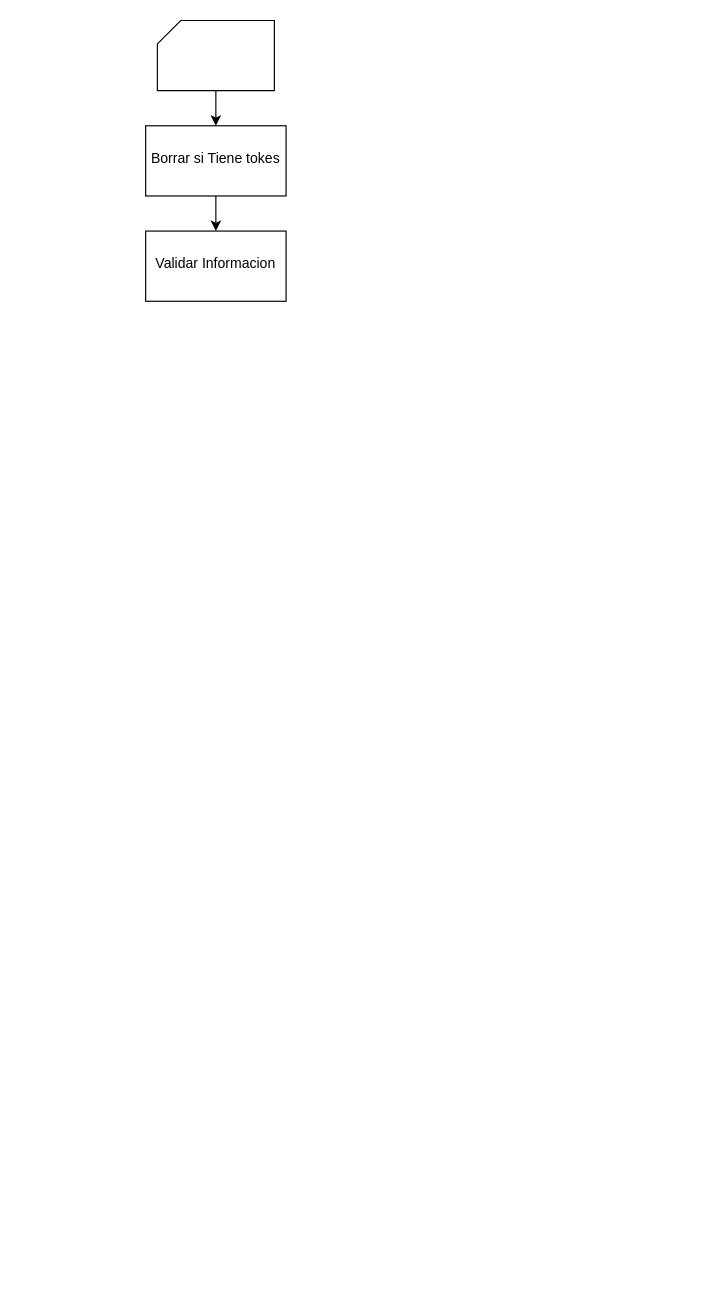
Earlier version of the draw.io diagram Procesos/Pagina Login.drawio (IsmaelEufragio/App_Circular). Source tidied: cells renumbered, new cells numbered last; positions are measured from the earlier drawing's top-left corner, leaving out a move shared by most shapes. Both pictures are drawn from the tidied source at 117%, with x=0, y=0 at pixel (145, 20).
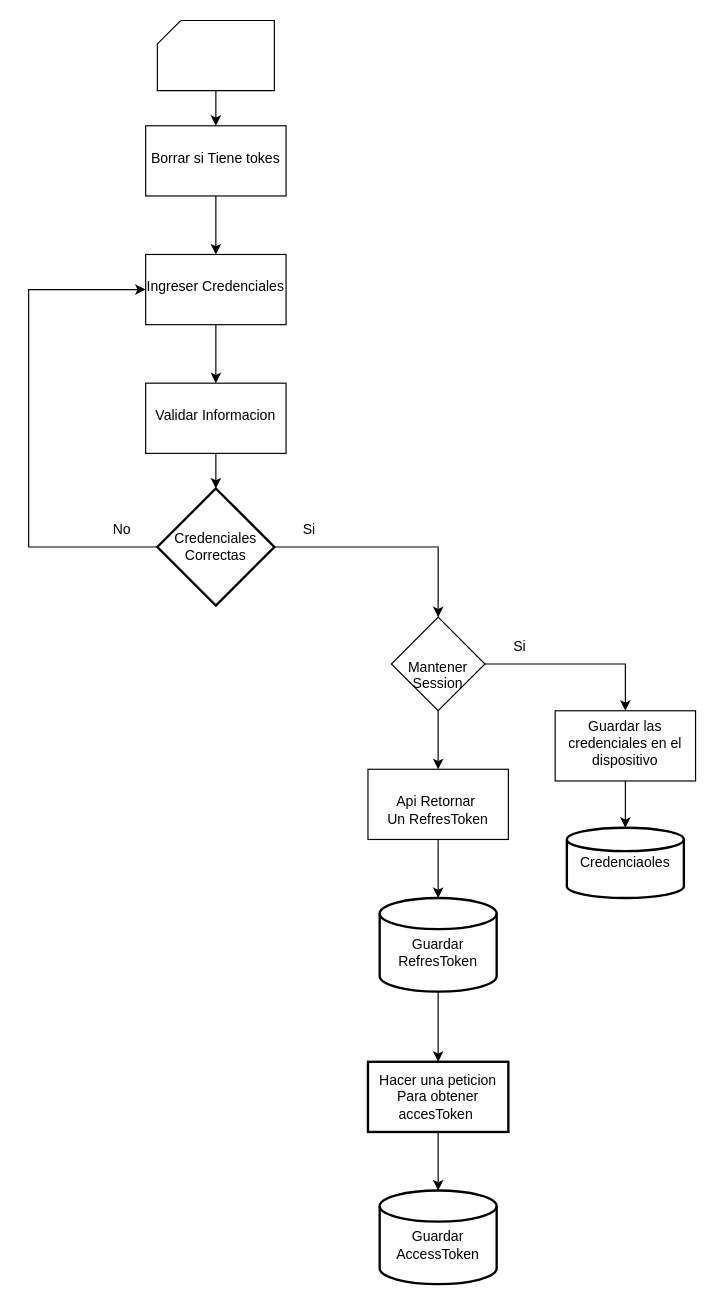
Above is the later version.

Unchanged cells that the change refers to:
```xml
<mxCell id="5" value="&lt;div&gt;&lt;br&gt;&lt;/div&gt;&lt;div&gt;Borrar si Tiene tokes&lt;/div&gt;" style="whiteSpace=wrap;html=1;verticalAlign=top;arcSize=12;" parent="1" vertex="1">
  <mxGeometry y="90" width="120" height="60" as="geometry" />
</mxCell>
```

Diff of the diagram source:
```diff
@@
-    <mxCell id="4" style="edgeStyle=orthogonalEdgeStyle;rounded=0;jettySize=auto;html=1;" parent="1" edge="1" source="5" target="6">
-      <mxGeometry relative="1" as="geometry" />
-    </mxCell>
+    <mxCell id="7" style="edgeStyle=orthogonalEdgeStyle;rounded=0;jettySize=auto;html=1;" parent="1" edge="1" source="5" target="20">
+      <mxGeometry relative="1" as="geometry" />
+    </mxCell>
@@
     <mxCell id="6" value="&lt;div&gt;&lt;br&gt;&lt;/div&gt;&lt;div&gt;Validar Informacion&lt;/div&gt;" style="whiteSpace=wrap;html=1;verticalAlign=top;arcSize=12;" parent="1" vertex="1">
-      <mxGeometry y="180" width="120" height="60" as="geometry" />
+      <mxGeometry y="310" width="120" height="60" as="geometry" />
     </mxCell>
+    <mxCell id="8" style="edgeStyle=orthogonalEdgeStyle;rounded=0;jettySize=auto;html=1;" parent="1" edge="1" source="10" target="11">
+      <mxGeometry relative="1" as="geometry">
+        <Array as="points">
+          <mxPoint x="410" y="550" />
+        </Array>
+      </mxGeometry>
+    </mxCell>
+    <mxCell id="9" style="edgeStyle=orthogonalEdgeStyle;rounded=0;jettySize=auto;html=1;" parent="1" edge="1" source="10" target="23">
+      <mxGeometry relative="1" as="geometry" />
+    </mxCell>
+    <mxCell id="10" value="&lt;div&gt;&lt;br&gt;&lt;/div&gt;&lt;div&gt;&lt;span style=&quot;background-color: transparent; color: light-dark(rgb(0, 0, 0), rgb(255, 255, 255));&quot;&gt;&lt;br&gt;&lt;/span&gt;&lt;/div&gt;&lt;div&gt;&lt;span style=&quot;background-color: transparent; color: light-dark(rgb(0, 0, 0), rgb(255, 255, 255));&quot;&gt;Mantener Session&lt;/span&gt;&lt;/div&gt;" style="rhombus;whiteSpace=wrap;html=1;verticalAlign=top;arcSize=12;" parent="1" vertex="1">
+      <mxGeometry x="210" y="510" width="80" height="80" as="geometry" />
+    </mxCell>
+    <mxCell id="11" value="&lt;div&gt;&lt;span style=&quot;background-color: transparent; color: light-dark(rgb(0, 0, 0), rgb(255, 255, 255));&quot;&gt;Guardar las credenciales en el dispositivo&lt;/span&gt;&lt;/div&gt;" style="whiteSpace=wrap;html=1;verticalAlign=top;arcSize=12;" parent="1" vertex="1">
+      <mxGeometry x="350" y="590" width="120" height="60" as="geometry" />
+    </mxCell>
+    <mxCell id="12" value="Credenciaoles" style="strokeWidth=2;html=1;shape=mxgraph.flowchart.database;whiteSpace=wrap;" parent="1" vertex="1">
+      <mxGeometry x="360" y="690" width="100" height="60" as="geometry" />
+    </mxCell>
+    <mxCell id="13" style="edgeStyle=orthogonalEdgeStyle;rounded=0;jettySize=auto;html=1;exitX=0.5;exitY=1;exitDx=0;exitDy=0;entryX=0.5;entryY=0;entryDx=0;entryDy=0;entryPerimeter=0;" parent="1" edge="1" source="11" target="12">
+      <mxGeometry relative="1" as="geometry" />
+    </mxCell>
+    <mxCell id="14" value="Si" style="text;html=1;align=center;verticalAlign=middle;whiteSpace=wrap;rounded=0;" parent="1" vertex="1">
+      <mxGeometry x="290" y="520" width="60" height="30" as="geometry" />
+    </mxCell>
+    <mxCell id="15" style="edgeStyle=orthogonalEdgeStyle;rounded=0;jettySize=auto;html=1;entryX=0;entryY=0.5;entryDx=0;entryDy=0;" parent="1" edge="1" source="17" target="20">
+      <mxGeometry relative="1" as="geometry">
+        <Array as="points">
+          <mxPoint x="-100" y="450" />
+          <mxPoint x="-100" y="230" />
+        </Array>
+      </mxGeometry>
+    </mxCell>
+    <mxCell id="16" style="edgeStyle=orthogonalEdgeStyle;rounded=0;jettySize=auto;html=1;" parent="1" edge="1" source="17" target="10">
+      <mxGeometry relative="1" as="geometry" />
+    </mxCell>
+    <mxCell id="17" value="Credenciales Correctas" style="strokeWidth=2;html=1;shape=mxgraph.flowchart.decision;whiteSpace=wrap;" parent="1" vertex="1">
+      <mxGeometry x="10" y="400" width="100" height="100" as="geometry" />
+    </mxCell>
+    <mxCell id="18" style="edgeStyle=orthogonalEdgeStyle;rounded=0;jettySize=auto;html=1;entryX=0.5;entryY=0;entryDx=0;entryDy=0;entryPerimeter=0;" parent="1" edge="1" source="6" target="17">
+      <mxGeometry relative="1" as="geometry" />
+    </mxCell>
+    <mxCell id="19" style="edgeStyle=orthogonalEdgeStyle;rounded=0;jettySize=auto;html=1;" parent="1" edge="1" source="20" target="6">
+      <mxGeometry relative="1" as="geometry" />
+    </mxCell>
+    <mxCell id="20" value="&lt;div&gt;&lt;br&gt;&lt;/div&gt;&lt;div&gt;Ingreser Credenciales&lt;/div&gt;" style="whiteSpace=wrap;html=1;verticalAlign=top;arcSize=12;" parent="1" vertex="1">
+      <mxGeometry y="200" width="120" height="60" as="geometry" />
+    </mxCell>
+    <mxCell id="21" value="Si" style="text;html=1;align=center;verticalAlign=middle;whiteSpace=wrap;rounded=0;" parent="1" vertex="1">
+      <mxGeometry x="110" y="420" width="60" height="30" as="geometry" />
+    </mxCell>
+    <mxCell id="22" value="No" style="text;html=1;align=center;verticalAlign=middle;whiteSpace=wrap;rounded=0;" parent="1" vertex="1">
+      <mxGeometry x="-50" y="420" width="60" height="30" as="geometry" />
+    </mxCell>
+    <mxCell id="23" value="&lt;div&gt;&lt;br&gt;&lt;/div&gt;Api Retornar&amp;nbsp;&lt;div&gt;Un RefresToken&lt;/div&gt;" style="whiteSpace=wrap;html=1;verticalAlign=top;arcSize=12;" parent="1" vertex="1">
+      <mxGeometry x="190" y="640" width="120" height="60" as="geometry" />
+    </mxCell>
+    <mxCell id="24" style="edgeStyle=orthogonalEdgeStyle;rounded=0;jettySize=auto;html=1;" parent="1" edge="1" source="25" target="27">
+      <mxGeometry relative="1" as="geometry" />
+    </mxCell>
+    <mxCell id="25" value="&lt;div&gt;&lt;br&gt;&lt;/div&gt;Guardar RefresToken" style="strokeWidth=2;html=1;shape=mxgraph.flowchart.database;whiteSpace=wrap;" parent="1" vertex="1">
+      <mxGeometry x="200" y="750" width="100" height="80" as="geometry" />
+    </mxCell>
+    <mxCell id="26" style="edgeStyle=orthogonalEdgeStyle;rounded=0;jettySize=auto;html=1;entryX=0.5;entryY=0;entryDx=0;entryDy=0;entryPerimeter=0;" parent="1" edge="1" source="23" target="25">
+      <mxGeometry relative="1" as="geometry" />
+    </mxCell>
+    <mxCell id="27" value="Hacer una peticion&lt;div&gt;Para obtener accesToken&amp;nbsp;&lt;/div&gt;" style="whiteSpace=wrap;html=1;strokeWidth=2;" parent="1" vertex="1">
+      <mxGeometry x="190" y="890" width="120" height="60" as="geometry" />
+    </mxCell>
+    <mxCell id="28" value="&lt;div&gt;&lt;br&gt;&lt;/div&gt;Guardar AccessToken" style="strokeWidth=2;html=1;shape=mxgraph.flowchart.database;whiteSpace=wrap;" parent="1" vertex="1">
+      <mxGeometry x="200" y="1000" width="100" height="80" as="geometry" />
+    </mxCell>
+    <mxCell id="29" style="edgeStyle=orthogonalEdgeStyle;rounded=0;jettySize=auto;html=1;entryX=0.5;entryY=0;entryDx=0;entryDy=0;entryPerimeter=0;" parent="1" edge="1" source="27" target="28">
+      <mxGeometry relative="1" as="geometry" />
+    </mxCell>
```
